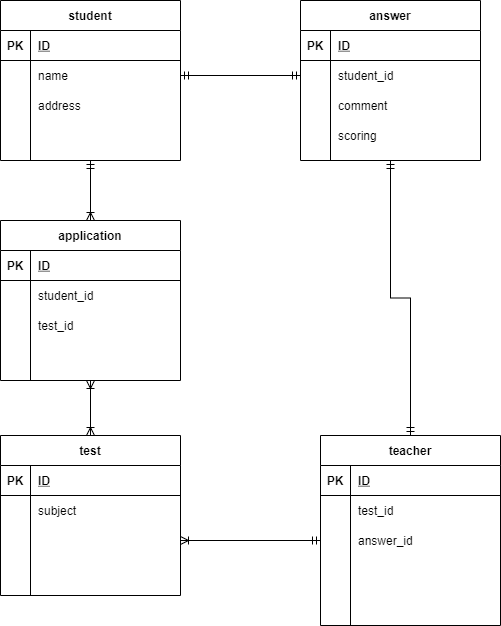
The draw.io diagram index.drawio.png in kouheidesu/gyarmex11, before a commit. Source tidied: cells renumbered, new cells last; positions are measured from the earlier drawing's top-left corner, leaving out a move shared by most shapes.
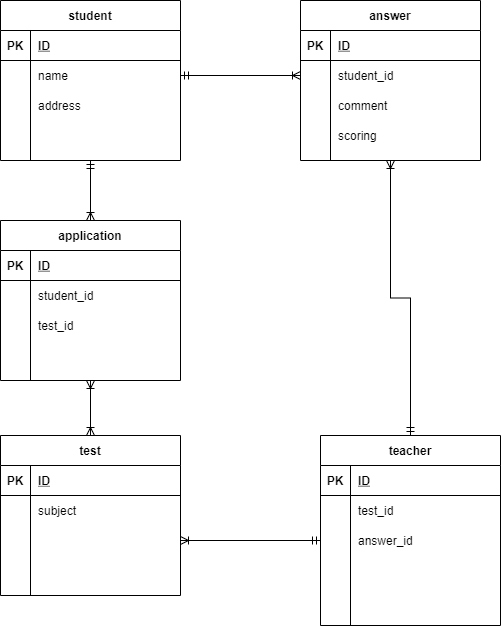
The same file after the commit.

The edit, as a diff of the source:
```diff
@@ -134,7 +134,7 @@
     <mxCell id="45" style="shape=partialRectangle;fillColor=none;top=0;left=0;bottom=0;right=0;align=left;spacingLeft=6;overflow=hidden;" parent="43" vertex="1">
       <mxGeometry x="30" width="150" height="30" as="geometry" />
     </mxCell>
-    <mxCell id="46" style="edgeStyle=orthogonalEdgeStyle;rounded=0;jettySize=auto;html=1;exitX=0.5;exitY=1;exitDx=0;exitDy=0;entryX=0.5;entryY=0;entryDx=0;entryDy=0;startArrow=ERmandOne;startFill=0;endArrow=ERmandOne;endFill=0;" parent="1" edge="1" source="47" target="16">
+    <mxCell id="46" style="edgeStyle=orthogonalEdgeStyle;rounded=0;jettySize=auto;html=1;exitX=0.5;exitY=1;exitDx=0;exitDy=0;entryX=0.5;entryY=0;entryDx=0;entryDy=0;startArrow=ERoneToMany;startFill=0;endArrow=ERmandOne;endFill=0;" parent="1" edge="1" source="47" target="16">
       <mxGeometry relative="1" as="geometry" />
     </mxCell>
     <mxCell id="47" value="answer" style="shape=table;startSize=30;rowLines=0;fontStyle=1;align=center;" parent="1" vertex="1">
@@ -218,7 +218,7 @@
     <mxCell id="73" style="edgeStyle=orthogonalEdgeStyle;rounded=0;jettySize=auto;html=1;exitX=1;exitY=0.5;exitDx=0;exitDy=0;entryX=0;entryY=0.5;entryDx=0;entryDy=0;startArrow=ERoneToMany;startFill=0;endArrow=ERmandOne;endFill=0;" parent="1" edge="1" source="67" target="23">
       <mxGeometry relative="1" as="geometry" />
     </mxCell>
-    <mxCell id="74" style="edgeStyle=orthogonalEdgeStyle;rounded=0;jettySize=auto;html=1;exitX=0;exitY=0.5;exitDx=0;exitDy=0;startArrow=ERmandOne;startFill=0;endArrow=ERmandOne;endFill=0;" parent="1" edge="1" source="51" target="7">
+    <mxCell id="74" style="edgeStyle=orthogonalEdgeStyle;rounded=0;jettySize=auto;html=1;exitX=0;exitY=0.5;exitDx=0;exitDy=0;startArrow=ERoneToMany;startFill=0;endArrow=ERmandOne;endFill=0;" parent="1" edge="1" source="51" target="7">
       <mxGeometry relative="1" as="geometry" />
     </mxCell>
   </root>
```
